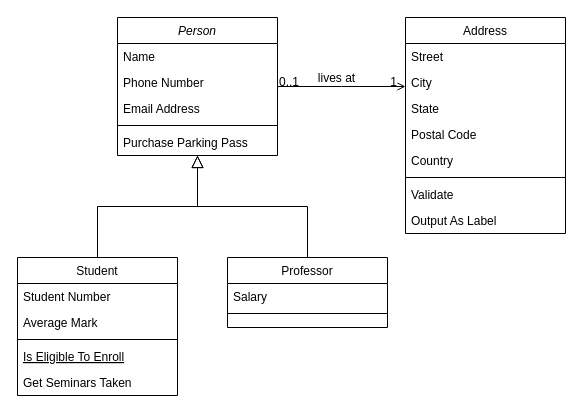
Before: Untitled Diagram.drawio in sliu750/sliu750, a draw.io diagram. Source tidied: cells renumbered, new cells numbered last; positions are measured from the earlier drawing's top-left corner, leaving out a move shared by most shapes. Both pictures are drawn from the tidied source at 100%, with x=0, y=0 at pixel (17, 17).
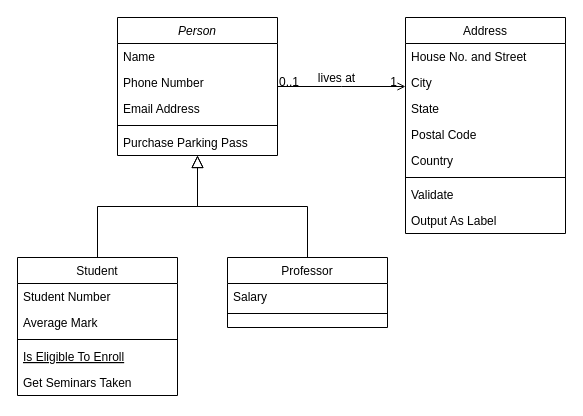
Above is the later version.

Unchanged cells that the change refers to:
```xml
<mxCell id="19" value="Address" style="swimlane;fontStyle=0;align=center;verticalAlign=top;horizontal=1;startSize=26;rounded=0;shadow=0;strokeWidth=1;" parent="1" vertex="1">
  <mxGeometry x="388" width="160" height="216" as="geometry" />
</mxCell>
```

The edit, as a diff of the source:
```diff
@@
-    <mxCell id="20" value="Street" style="text;align=left;verticalAlign=top;spacingLeft=4;spacingRight=4;overflow=hidden;" parent="19" vertex="1">
+    <mxCell id="20" value="House No. and Street&#10;" style="text;align=left;verticalAlign=top;spacingLeft=4;spacingRight=4;overflow=hidden;" parent="19" vertex="1">
       <mxGeometry y="26" width="160" height="26" as="geometry" />
     </mxCell>
```
